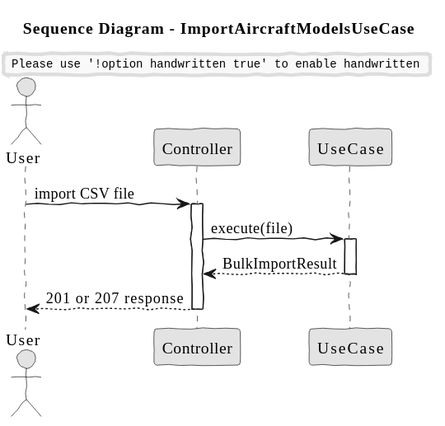
The PlantUML diagram docs/system-documentation/use-cases/BONUS/US225/svg/sd_ImportAircraftModelsUseCase.svg in VascoMagolo/psoft_1231562_1241692_1242036_2db, before a commit.
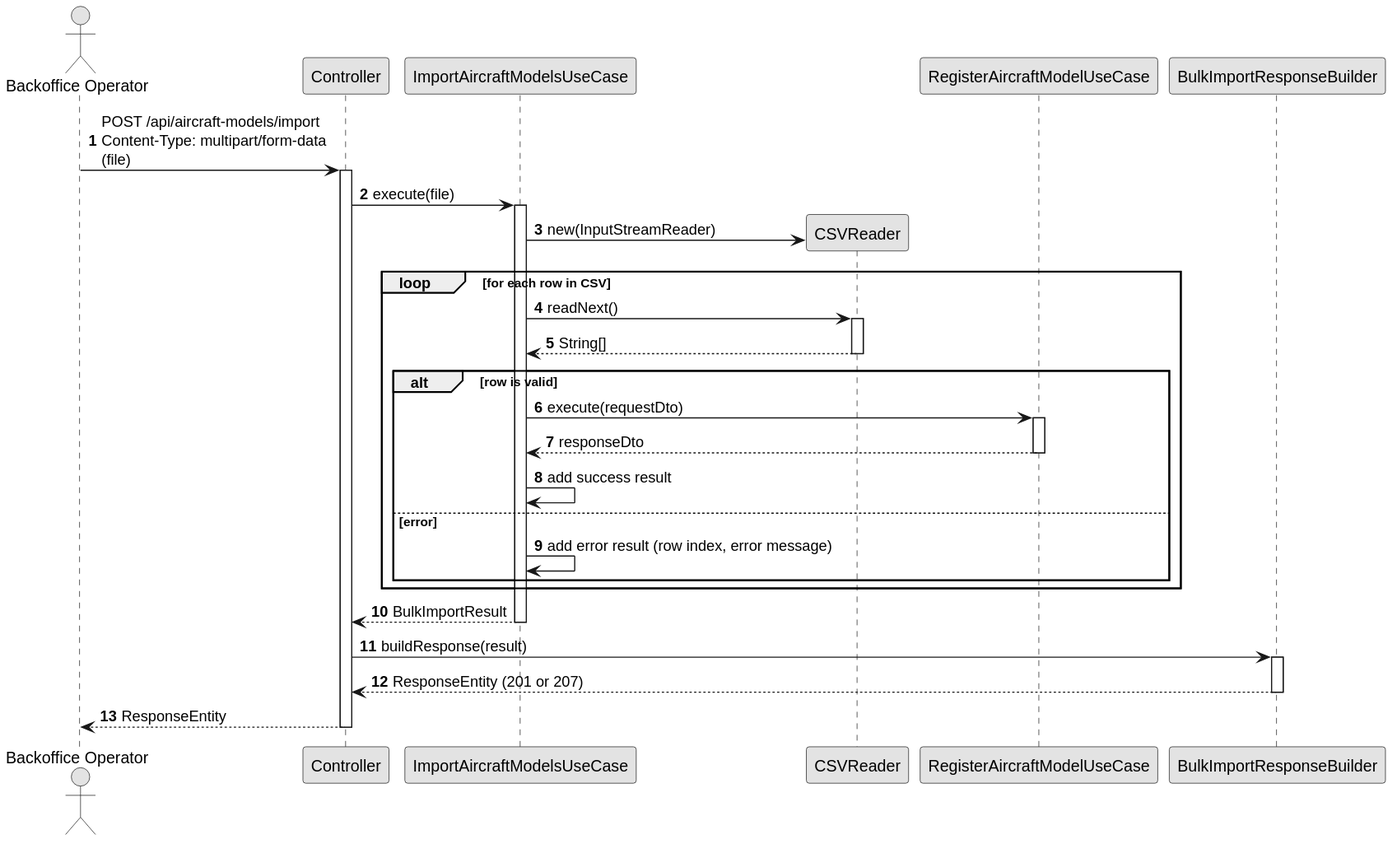
The same file after the commit.

Diff of the diagram source:
```diff
@@ -1,22 +1,48 @@
 @startuml
-skinparam handwritten true
+autonumber
 skinparam monochrome true
 skinparam packageStyle rect
-skinparam defaultFontName FG Virgil
 skinparam shadowing false
 
-title Sequence Diagram - ImportAircraftModelsUseCase
+actor "Backoffice Operator" as Actor
+participant "Controller" as Ctrl
+participant "ImportAircraftModelsUseCase" as UC
+participant "CSVReader" as Reader
+participant "RegisterAircraftModelUseCase" as InnerUC
+participant "BulkImportResponseBuilder" as Builder
 
-actor "User" as user
-participant "Controller" as ctrl
-participant "UseCase" as uc
+Actor -> Ctrl : POST /api/aircraft-models/import\nContent-Type: multipart/form-data\n(file)
+activate Ctrl
 
-user -> ctrl: import CSV file
-activate ctrl
-ctrl -> uc: execute(file)
-activate uc
-uc --> ctrl: BulkImportResult
-deactivate uc
-ctrl --> user: 201 or 207 response
-deactivate ctrl
+Ctrl -> UC : execute(file)
+activate UC
+
+UC -> Reader ** : new(InputStreamReader)
+loop for each row in CSV
+    UC -> Reader : readNext()
+    activate Reader
+    Reader --> UC : String[]
+    deactivate Reader
+
+    alt row is valid
+        UC -> InnerUC : execute(requestDto)
+        activate InnerUC
+        InnerUC --> UC : responseDto
+        deactivate InnerUC
+        UC -> UC : add success result
+    else error
+        UC -> UC : add error result (row index, error message)
+    end
+end
+
+UC --> Ctrl : BulkImportResult
+deactivate UC
+
+Ctrl -> Builder : buildResponse(result)
+activate Builder
+Builder --> Ctrl : ResponseEntity (201 or 207)
+deactivate Builder
+
+Ctrl --> Actor : ResponseEntity
+deactivate Ctrl
 @enduml
```
